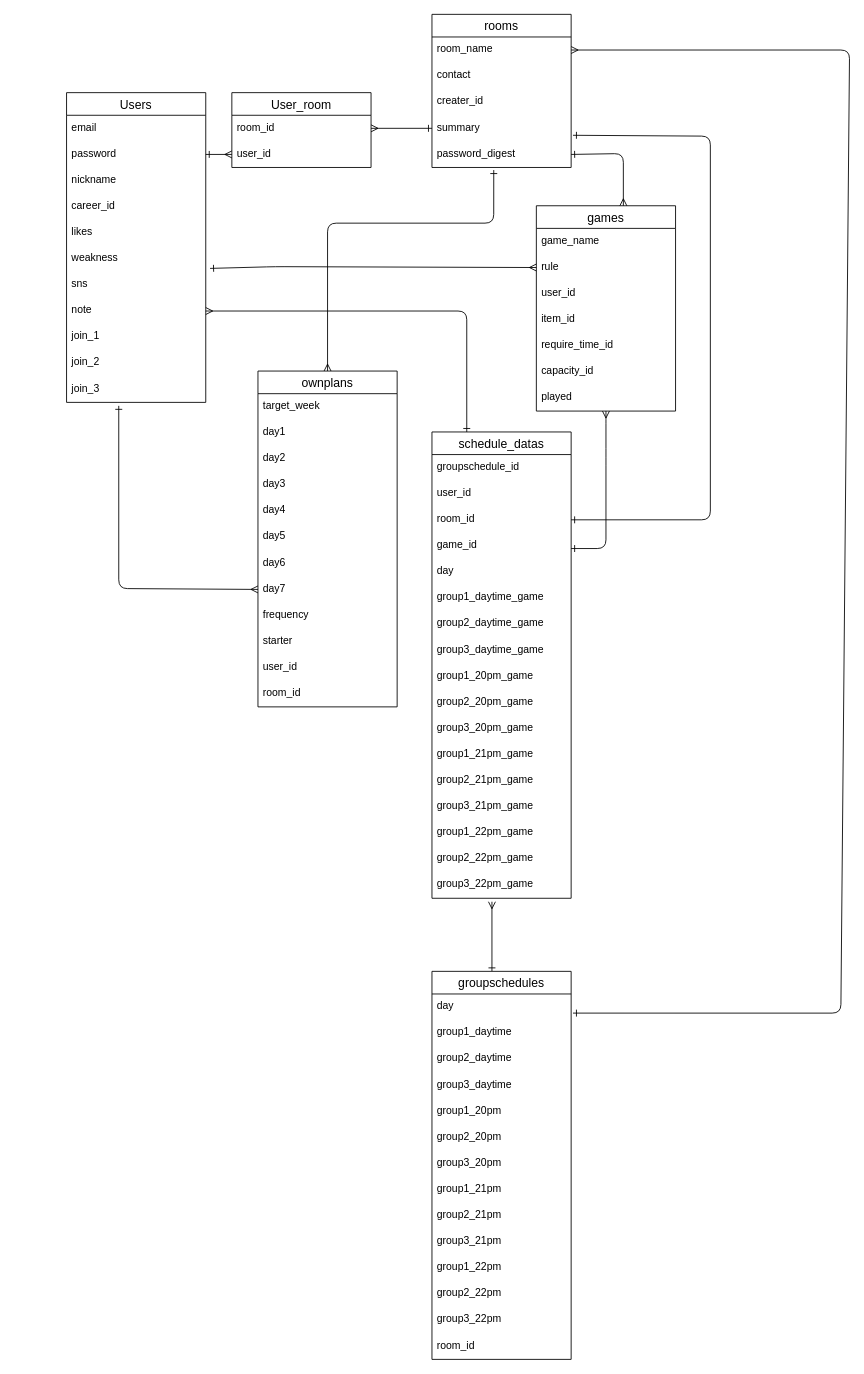
Before: bgcafe.dio in Toshiki-Ichi/bgcafe, a draw.io diagram. Source tidied: cells renumbered, new cells numbered last; positions are measured from the earlier drawing's top-left corner, leaving out a move shared by most shapes. Both pictures are drawn from the tidied source at 87%, with x=0, y=0 at pixel (66, 14).
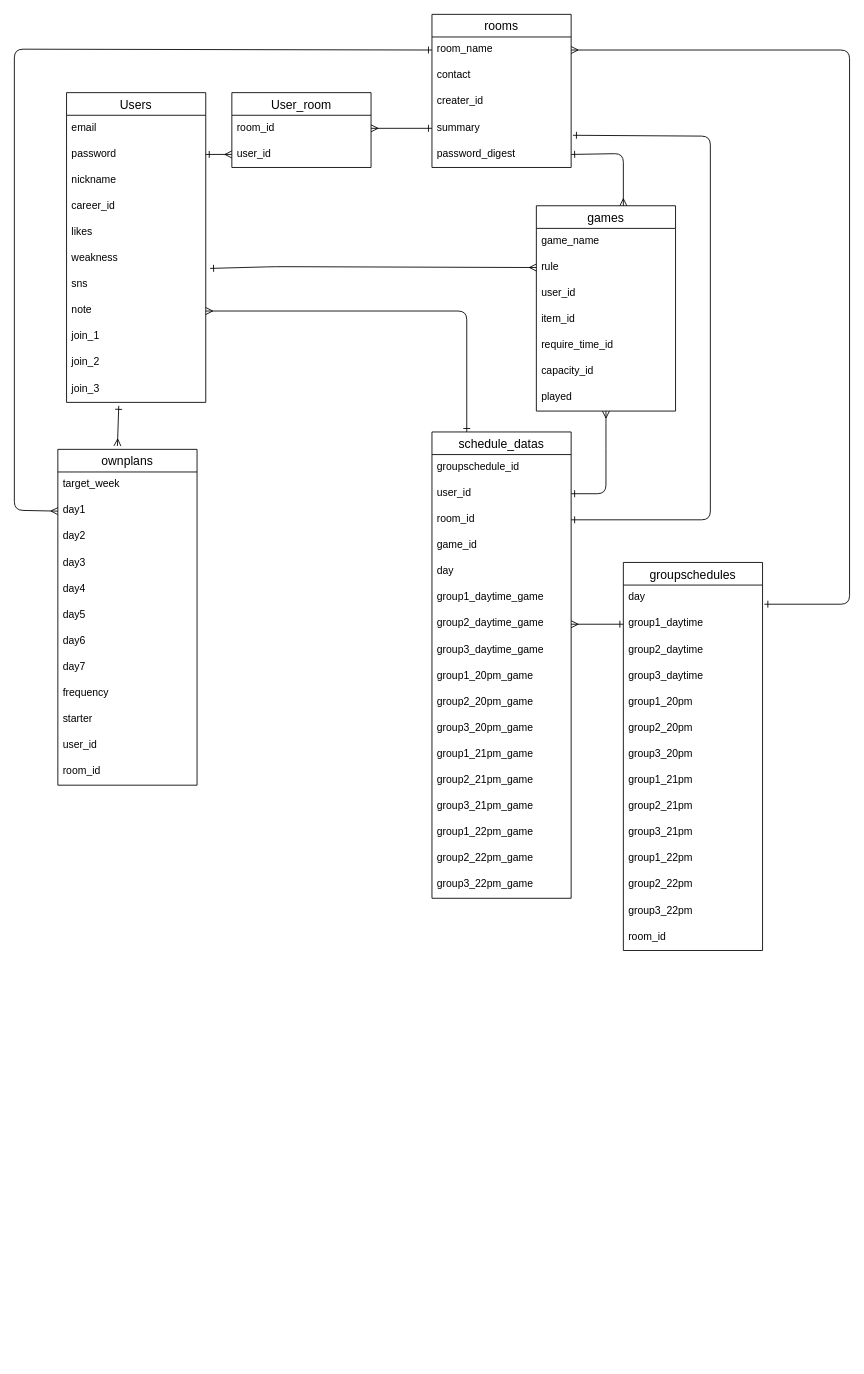
The same diagram, later.

Unchanged cells that the change refers to:
```xml
<mxCell id="18" value="room_name" style="text;strokeColor=none;fillColor=none;spacingLeft=4;spacingRight=4;overflow=hidden;points=[[0,0.5],[1,0.5]];portConstraint=eastwest;fontSize=12;" parent="17" vertex="1">
  <mxGeometry y="26" width="160" height="30" as="geometry" />
</mxCell>
<mxCell id="22" value="password_digest" style="text;strokeColor=none;fillColor=none;spacingLeft=4;spacingRight=4;overflow=hidden;points=[[0,0.5],[1,0.5]];portConstraint=eastwest;fontSize=12;" parent="17" vertex="1">
  <mxGeometry y="146" width="160" height="30" as="geometry" />
</mxCell>
<mxCell id="25" value="schedule_datas" style="swimlane;fontStyle=0;horizontal=1;startSize=26;align=center;fontSize=14;" parent="1" vertex="1">
  <mxGeometry x="420" y="480" width="160" height="536" as="geometry" />
</mxCell>
<mxCell id="27" value="user_id" style="text;strokeColor=none;fillColor=none;spacingLeft=4;spacingRight=4;overflow=hidden;points=[[0,0.5],[1,0.5]];portConstraint=eastwest;fontSize=12;" parent="25" vertex="1">
  <mxGeometry y="56" width="160" height="30" as="geometry" />
</mxCell>
<mxCell id="32" value="group2_daytime_game" style="text;strokeColor=none;fillColor=none;spacingLeft=4;spacingRight=4;overflow=hidden;points=[[0,0.5],[1,0.5]];portConstraint=eastwest;fontSize=12;" parent="25" vertex="1">
  <mxGeometry y="206" width="160" height="30" as="geometry" />
</mxCell>
<mxCell id="42" value="group3_22pm_game" style="text;strokeColor=none;fillColor=none;spacingLeft=4;spacingRight=4;overflow=hidden;points=[[0,0.5],[1,0.5]];portConstraint=eastwest;fontSize=12;" parent="25" vertex="1">
  <mxGeometry y="506" width="160" height="30" as="geometry" />
</mxCell>
<mxCell id="46" value="day1" style="text;strokeColor=none;fillColor=none;spacingLeft=4;spacingRight=4;overflow=hidden;points=[[0,0.5],[1,0.5]];portConstraint=eastwest;fontSize=12;" parent="44" vertex="1">
  <mxGeometry y="56" width="160" height="30" as="geometry" />
</mxCell>
<mxCell id="52" value="day7" style="text;strokeColor=none;fillColor=none;spacingLeft=4;spacingRight=4;overflow=hidden;points=[[0,0.5],[1,0.5]];portConstraint=eastwest;fontSize=12;" parent="44" vertex="1">
  <mxGeometry y="236" width="160" height="30" as="geometry" />
</mxCell>
<mxCell id="64" value="played" style="text;strokeColor=none;fillColor=none;spacingLeft=4;spacingRight=4;overflow=hidden;points=[[0,0.5],[1,0.5]];portConstraint=eastwest;fontSize=12;" parent="57" vertex="1">
  <mxGeometry y="206" width="160" height="30" as="geometry" />
</mxCell>
<mxCell id="74" value="day" style="text;strokeColor=none;fillColor=none;spacingLeft=4;spacingRight=4;overflow=hidden;points=[[0,0.5],[1,0.5]];portConstraint=eastwest;fontSize=12;" parent="73" vertex="1">
  <mxGeometry y="26" width="160" height="30" as="geometry" />
</mxCell>
<mxCell id="75" value="group1_daytime" style="text;strokeColor=none;fillColor=none;spacingLeft=4;spacingRight=4;overflow=hidden;points=[[0,0.5],[1,0.5]];portConstraint=eastwest;fontSize=12;" parent="73" vertex="1">
  <mxGeometry y="56" width="160" height="30" as="geometry" />
</mxCell>
```

Change to the diagram source:
```diff
@@
-    <mxCell id="23" style="edgeStyle=none;html=1;exitX=1;exitY=0.25;exitDx=0;exitDy=0;endArrow=ERmany;endFill=0;startArrow=ERone;startFill=0;" parent="1" edge="1" source="25" target="64">
+    <mxCell id="23" style="edgeStyle=none;html=1;exitX=1;exitY=0.5;exitDx=0;exitDy=0;endArrow=ERmany;endFill=0;startArrow=ERone;startFill=0;" parent="1" edge="1" source="27" target="64">
       <mxGeometry relative="1" as="geometry">
         <Array as="points">
-          <mxPoint x="620" y="614" />
+          <mxPoint x="620" y="551" />
           <mxPoint x="620" y="509" />
           <mxPoint x="620" y="460" />
         </Array>
       </mxGeometry>
     </mxCell>
@@
-    <mxCell id="43" style="edgeStyle=none;html=1;exitX=0.5;exitY=0;exitDx=0;exitDy=0;entryX=0.444;entryY=1.1;entryDx=0;entryDy=0;entryPerimeter=0;startArrow=ERmany;startFill=0;endArrow=ERone;endFill=0;" parent="1" edge="1" source="44" target="22">
+    <mxCell id="43" style="edgeStyle=none;html=1;exitX=0;exitY=0.5;exitDx=0;exitDy=0;entryX=0;entryY=0.5;entryDx=0;entryDy=0;startArrow=ERmany;startFill=0;endArrow=ERone;endFill=0;" parent="1" edge="1" source="46" target="18">
       <mxGeometry relative="1" as="geometry">
         <Array as="points">
-          <mxPoint x="300" y="240" />
-          <mxPoint x="491" y="240" />
+          <mxPoint x="-60" y="570" />
+          <mxPoint x="-60" y="40" />
         </Array>
       </mxGeometry>
     </mxCell>
     <mxCell id="44" value="ownplans" style="swimlane;fontStyle=0;horizontal=1;startSize=26;align=center;fontSize=14;" parent="1" vertex="1">
-      <mxGeometry x="220" y="410" width="160" height="386" as="geometry" />
+      <mxGeometry x="-10" y="500" width="160" height="386" as="geometry" />
     </mxCell>
@@
     <mxCell id="65" style="edgeStyle=none;html=1;entryX=1.013;entryY=0.733;entryDx=0;entryDy=0;endArrow=ERone;endFill=0;startArrow=ERmany;startFill=0;entryPerimeter=0;exitX=1;exitY=0.5;exitDx=0;exitDy=0;" parent="1" edge="1" source="18" target="74">
       <mxGeometry relative="1" as="geometry">
         <Array as="points">
           <mxPoint x="900" y="41" />
-          <mxPoint x="890" y="1148" />
+          <mxPoint x="900" y="678" />
         </Array>
       </mxGeometry>
     </mxCell>
@@
-    <mxCell id="70" style="edgeStyle=none;html=1;exitX=0;exitY=0.5;exitDx=0;exitDy=0;startArrow=ERmany;startFill=0;endArrow=ERone;endFill=0;" parent="1" edge="1" source="52">
+    <mxCell id="70" style="edgeStyle=none;html=1;exitX=0.428;exitY=-0.01;exitDx=0;exitDy=0;startArrow=ERmany;startFill=0;endArrow=ERone;endFill=0;exitPerimeter=0;" parent="1" edge="1" source="44">
       <mxGeometry relative="1" as="geometry">
         <mxPoint x="60" y="450" as="targetPoint" />
-        <Array as="points">
-          <mxPoint x="60" y="660" />
-        </Array>
       </mxGeometry>
     </mxCell>
@@
-    <mxCell id="72" style="edgeStyle=none;html=1;exitX=0.431;exitY=0;exitDx=0;exitDy=0;startArrow=ERone;startFill=0;endArrow=ERmany;endFill=0;entryX=0.431;entryY=1.133;entryDx=0;entryDy=0;entryPerimeter=0;exitPerimeter=0;" parent="1" edge="1" source="73" target="42">
+    <mxCell id="72" style="edgeStyle=none;html=1;exitX=0;exitY=0.5;exitDx=0;exitDy=0;startArrow=ERone;startFill=0;endArrow=ERmany;endFill=0;entryX=1;entryY=0.5;entryDx=0;entryDy=0;" parent="1" edge="1" source="75" target="32">
       <mxGeometry relative="1" as="geometry" />
     </mxCell>
     <mxCell id="73" value="groupschedules" style="swimlane;fontStyle=0;horizontal=1;startSize=26;align=center;fontSize=14;" parent="1" vertex="1">
-      <mxGeometry x="420" y="1100" width="160" height="446" as="geometry" />
+      <mxGeometry x="640" y="630" width="160" height="446" as="geometry" />
     </mxCell>
```
